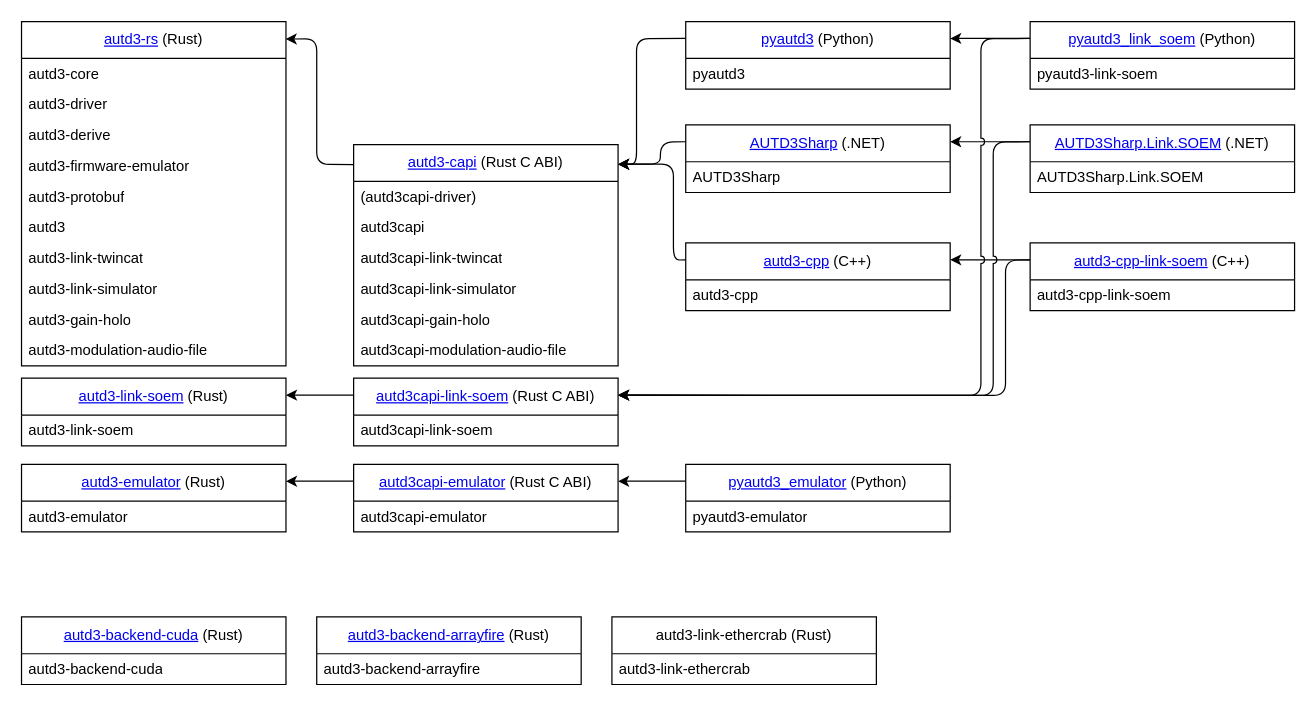
Earlier version of the draw.io diagram page "Page-1" (1 of 2) of draw/software.drawio (shinolab/autd3-lecture). Source tidied: cells renumbered, new cells numbered last; positions are measured from the earlier drawing's top-left corner, leaving out a move shared by most shapes. Both pictures are drawn from the tidied source at 123%, with x=0, y=0 at pixel (21, 21).
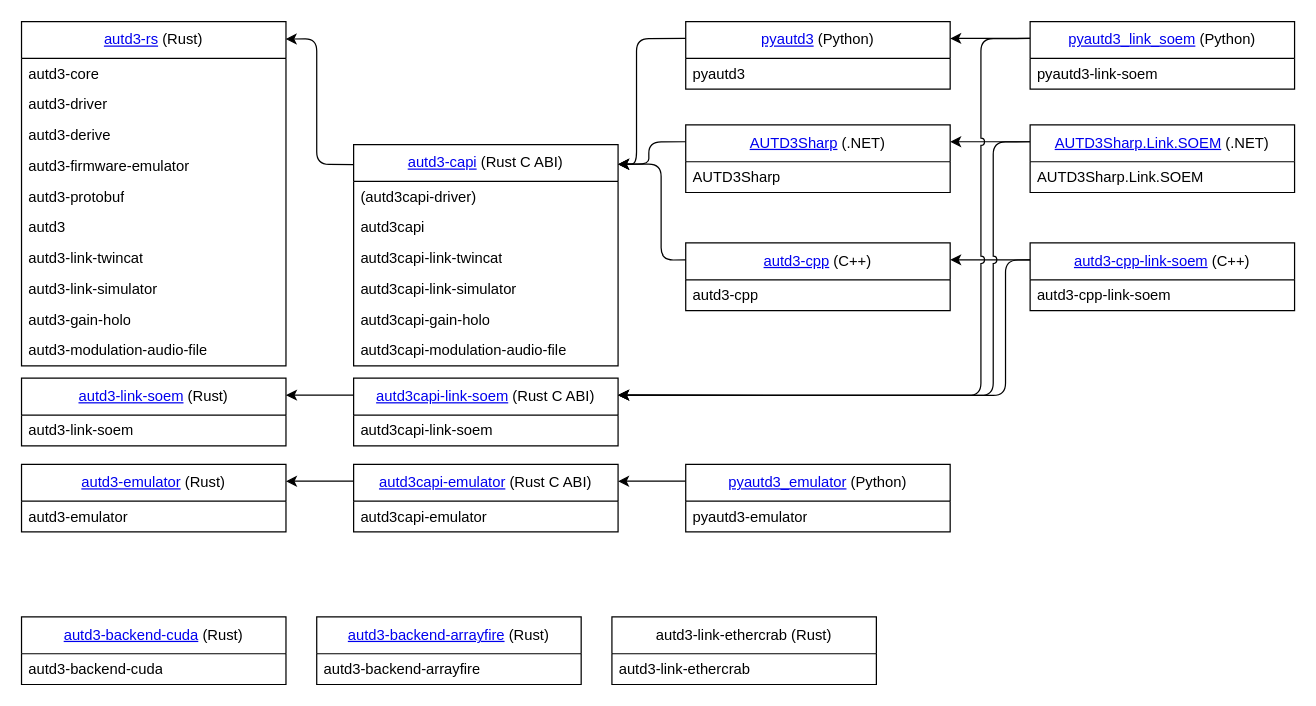
The same diagram, later.

The change refers to these unchanged cells:
```xml
<mxCell id="54" value="&lt;span style=&quot;color: rgb(0, 0, 0);&quot;&gt;&lt;a href=&quot;https://github.com/shinolab/AUTD3Sharp&quot;&gt;AUTD3Sharp&lt;/a&gt; (.NET)&lt;/span&gt;" style="swimlane;fontStyle=0;horizontal=1;startSize=30;whiteSpace=wrap;html=1;" parent="1" vertex="1">
  <mxGeometry x="540" y="84" width="215" height="55" as="geometry" />
</mxCell>
<mxCell id="59" value="&lt;span style=&quot;color: rgb(0, 0, 0);&quot;&gt;&lt;a href=&quot;https://github.com/shinolab/autd3-cpp&quot;&gt;autd3-cpp&lt;/a&gt; (C++)&lt;/span&gt;" style="swimlane;fontStyle=0;horizontal=1;startSize=30;whiteSpace=wrap;html=1;" parent="1" vertex="1">
  <mxGeometry x="540" y="180" width="215" height="55" as="geometry" />
</mxCell>
```

Diff of the diagram source:
```diff
@@
-<mxGraphModel>
+<mxGraphModel background="#ffffff">
@@
     <mxCell id="61" style="edgeStyle=none;html=1;exitX=0;exitY=0.25;exitDx=0;exitDy=0;entryX=1;entryY=0.5;entryDx=0;entryDy=0;" parent="1" edge="1" source="54">
       <mxGeometry relative="1" as="geometry">
         <mxPoint x="485" y="116" as="targetPoint" />
         <Array as="points">
-          <mxPoint x="520" y="98" />
-          <mxPoint x="519" y="116" />
+          <mxPoint x="510" y="98" />
+          <mxPoint x="510" y="116" />
         </Array>
       </mxGeometry>
     </mxCell>
     <mxCell id="62" style="edgeStyle=none;html=1;exitX=0;exitY=0.25;exitDx=0;exitDy=0;entryX=1;entryY=0.5;entryDx=0;entryDy=0;" parent="1" edge="1" source="59">
       <mxGeometry relative="1" as="geometry">
         <mxPoint x="485" y="116" as="targetPoint" />
         <Array as="points">
-          <mxPoint x="530" y="194" />
-          <mxPoint x="530" y="116" />
+          <mxPoint x="520" y="194" />
+          <mxPoint x="520" y="116" />
         </Array>
       </mxGeometry>
     </mxCell>
```
